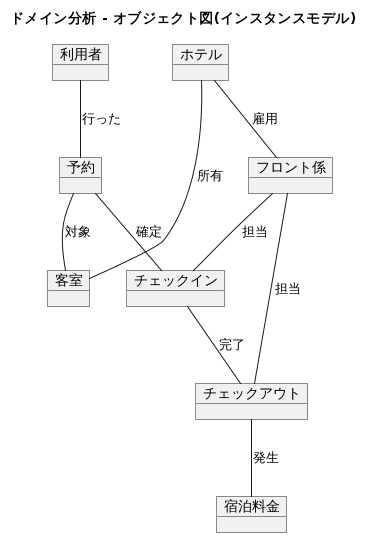
Before: docs/uml/images/domain_object_diagram.png, a diagram exported from PlantUML (doguto/waseda-hrs). Source of this version:
```plantuml
@startuml domain_object_diagram
title ドメイン分析 - オブジェクト図(インスタンスモデル)

object "利用者" as guest
object "ホテル" as hotel
object "客室" as room
object "予約" as reservation
object "フロント係" as staff
object "チェックイン" as checkin
object "チェックアウト" as checkout
object "宿泊料金" as charge

guest -- reservation : 行った
reservation -- room : 対象
hotel -- room : 所有
hotel -- staff : 雇用

reservation -- checkin : 確定
checkin -- checkout : 完了
staff -- checkin : 担当
staff -- checkout : 担当
checkout -- charge : 発生

@enduml
```
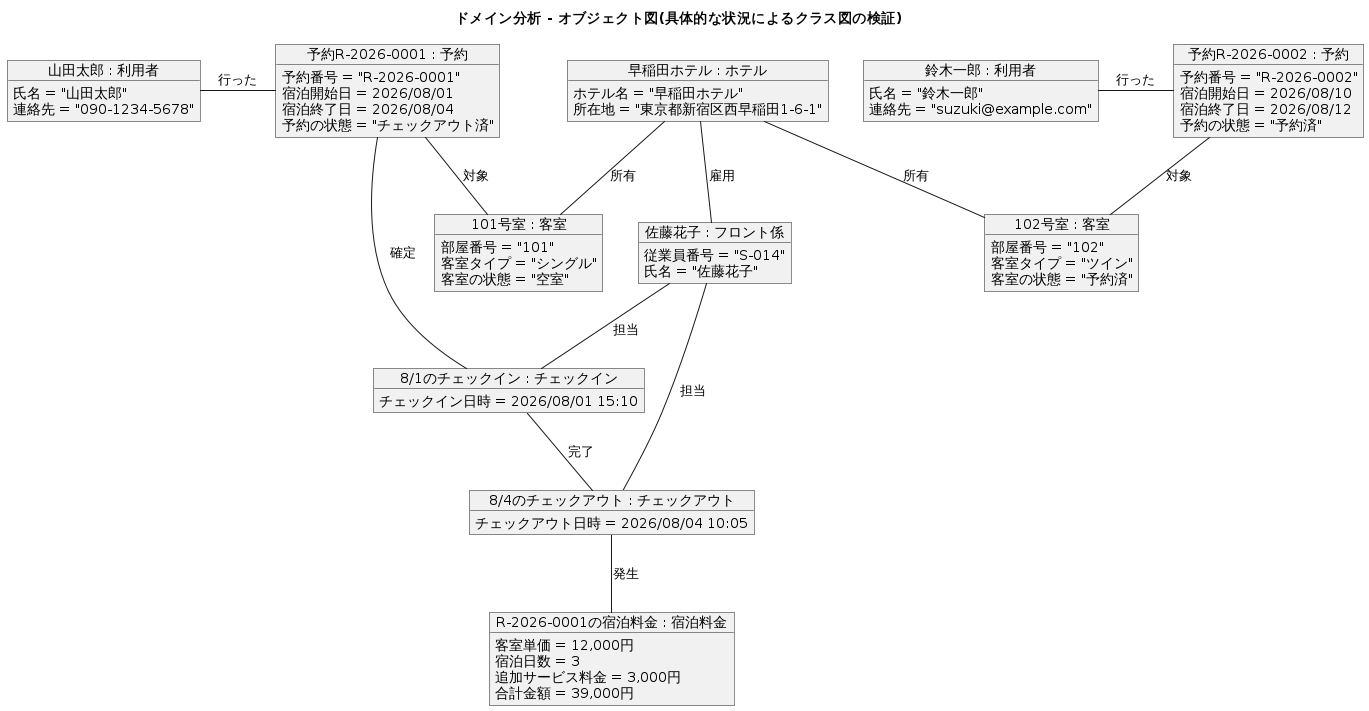
Above is the later version.

Commit message:
docs(uml): ドメインオブジェクト図に具体的な状況を反映

The edit, as a diff of the source:
```diff
@@ -1,24 +1,73 @@
 @startuml domain_object_diagram
-title ドメイン分析 - オブジェクト図(インスタンスモデル)
+title ドメイン分析 - オブジェクト図(具体的な状況によるクラス図の検証)
 
-object "利用者" as guest
-object "ホテル" as hotel
-object "客室" as room
-object "予約" as reservation
-object "フロント係" as staff
-object "チェックイン" as checkin
-object "チェックアウト" as checkout
-object "宿泊料金" as charge
 
-guest -- reservation : 行った
-reservation -- room : 対象
-hotel -- room : 所有
-hotel -- staff : 雇用
+object "早稲田ホテル : ホテル" as hotel {
+  ホテル名 = "早稲田ホテル"
+  所在地 = "東京都新宿区西早稲田1-6-1"
+}
+object "佐藤花子 : フロント係" as staff {
+  従業員番号 = "S-014"
+  氏名 = "佐藤花子"
+}
 
-reservation -- checkin : 確定
-checkin -- checkout : 完了
-staff -- checkin : 担当
-staff -- checkout : 担当
-checkout -- charge : 発生
+object "山田太郎 : 利用者" as guest1 {
+  氏名 = "山田太郎"
+  連絡先 = "090-1234-5678"
+}
+object "101号室 : 客室" as room101 {
+  部屋番号 = "101"
+  客室タイプ = "シングル"
+  客室の状態 = "空室"
+}
+object "予約R-2026-0001 : 予約" as reservation1 {
+  予約番号 = "R-2026-0001"
+  宿泊開始日 = 2026/08/01
+  宿泊終了日 = 2026/08/04
+  予約の状態 = "チェックアウト済"
+}
+object "8/1のチェックイン : チェックイン" as checkin1 {
+  チェックイン日時 = 2026/08/01 15:10
+}
+object "8/4のチェックアウト : チェックアウト" as checkout1 {
+  チェックアウト日時 = 2026/08/04 10:05
+}
+object "R-2026-0001の宿泊料金 : 宿泊料金" as charge1 {
+  客室単価 = 12,000円
+  宿泊日数 = 3
+  追加サービス料金 = 3,000円
+  合計金額 = 39,000円
+}
+
+object "鈴木一郎 : 利用者" as guest2 {
+  氏名 = "鈴木一郎"
+  連絡先 = "suzuki@example.com"
+}
+object "102号室 : 客室" as room102 {
+  部屋番号 = "102"
+  客室タイプ = "ツイン"
+  客室の状態 = "予約済"
+}
+object "予約R-2026-0002 : 予約" as reservation2 {
+  予約番号 = "R-2026-0002"
+  宿泊開始日 = 2026/08/10
+  宿泊終了日 = 2026/08/12
+  予約の状態 = "予約済"
+}
+
+hotel -down- staff : 雇用
+hotel -down- room101 : 所有
+hotel -down- room102 : 所有
+
+guest1 -right- reservation1 : 行った
+reservation1 -down- room101 : 対象
+guest2 -right- reservation2 : 行った
+reservation2 -down- room102 : 対象
+
+reservation1 -down- checkin1 : 確定
+checkin1 -down- checkout1 : 完了
+checkout1 -down- charge1 : 発生
+staff -down- checkin1 : 担当
+staff -down- checkout1 : 担当
 
 @enduml
```
